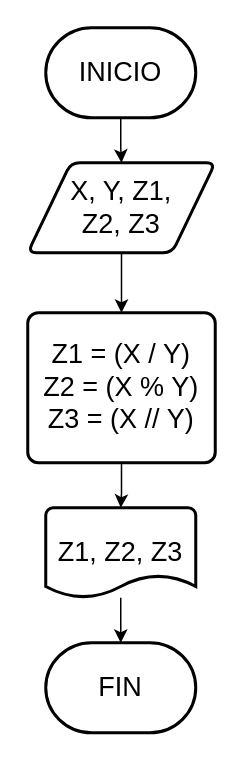
The draw.io diagram cociente-residuo/cociente-residuo.drawio in sanmacorz/ejercicios-fundamentos, before the edit. Source tidied: cells renumbered, new cells numbered last; positions are measured from the earlier drawing's top-left corner, leaving out a move shared by most shapes. Both pictures are drawn from the tidied source at 150%, with x=0, y=0 at pixel (27, 27).
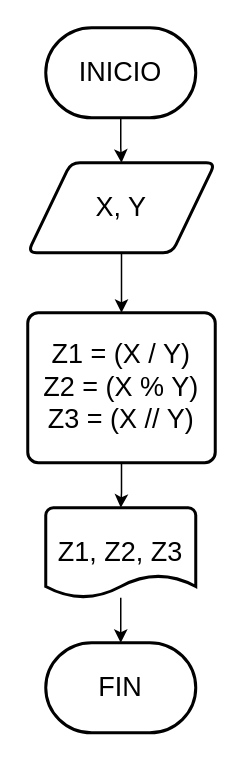
After the change.

The edit, as a diff of the source:
```diff
@@
 <mxGraphModel>
   <root>
     <mxCell id="0" />
     <mxCell id="1" parent="0" />
     <mxCell id="2" style="edgeStyle=orthogonalEdgeStyle;rounded=0;jettySize=auto;html=1;fontSize=18;" parent="1" edge="1" source="3" target="5">
       <mxGeometry relative="1" as="geometry" />
     </mxCell>
-    <mxCell id="3" value="&lt;font style=&quot;font-size: 18px&quot;&gt;X, Y, Z1,&lt;br&gt;Z2, Z3&lt;br&gt;&lt;/font&gt;" style="shape=parallelogram;html=1;strokeWidth=2;perimeter=parallelogramPerimeter;whiteSpace=wrap;rounded=1;arcSize=12;size=0.23;" parent="1" vertex="1">
+    <mxCell id="3" value="&lt;font style=&quot;font-size: 18px&quot;&gt;X, Y&lt;br&gt;&lt;/font&gt;" style="shape=parallelogram;html=1;strokeWidth=2;perimeter=parallelogramPerimeter;whiteSpace=wrap;rounded=1;arcSize=12;size=0.23;" parent="1" vertex="1">
       <mxGeometry y="90" width="125" height="60" as="geometry" />
     </mxCell>
     <mxCell id="4" style="edgeStyle=orthogonalEdgeStyle;rounded=0;jettySize=auto;html=1;fontSize=18;" parent="1" edge="1" source="5" target="10">
       <mxGeometry relative="1" as="geometry" />
     </mxCell>
     <mxCell id="5" value="&lt;font style=&quot;font-size: 18px&quot;&gt;Z1 = (X / Y)&lt;br&gt;Z2 = (X % Y)&lt;br&gt;Z3 = (X // Y)&lt;br&gt;&lt;/font&gt;" style="rounded=1;whiteSpace=wrap;html=1;absoluteArcSize=1;arcSize=14;strokeWidth=2;" parent="1" vertex="1">
       <mxGeometry y="190" width="125" height="100" as="geometry" />
     </mxCell>
     <mxCell id="6" style="edgeStyle=orthogonalEdgeStyle;rounded=0;jettySize=auto;html=1;fontSize=18;" parent="1" edge="1" source="7" target="3">
       <mxGeometry relative="1" as="geometry" />
     </mxCell>
     <mxCell id="7" value="INICIO" style="strokeWidth=2;html=1;shape=mxgraph.flowchart.terminator;whiteSpace=wrap;fontSize=18;" parent="1" vertex="1">
       <mxGeometry x="12" width="100" height="60" as="geometry" />
     </mxCell>
     <mxCell id="8" value="FIN" style="strokeWidth=2;html=1;shape=mxgraph.flowchart.terminator;whiteSpace=wrap;fontSize=18;" parent="1" vertex="1">
       <mxGeometry x="12" y="410" width="100" height="60" as="geometry" />
     </mxCell>
     <mxCell id="9" style="edgeStyle=orthogonalEdgeStyle;rounded=0;jettySize=auto;html=1;fontSize=18;" parent="1" edge="1" source="10" target="8">
       <mxGeometry relative="1" as="geometry" />
     </mxCell>
     <mxCell id="10" value="Z1, Z2, Z3" style="strokeWidth=2;html=1;shape=mxgraph.flowchart.document2;whiteSpace=wrap;size=0.25;fontSize=18;" parent="1" vertex="1">
       <mxGeometry x="12" y="320" width="100" height="60" as="geometry" />
     </mxCell>
   </root>
 </mxGraphModel>
```
